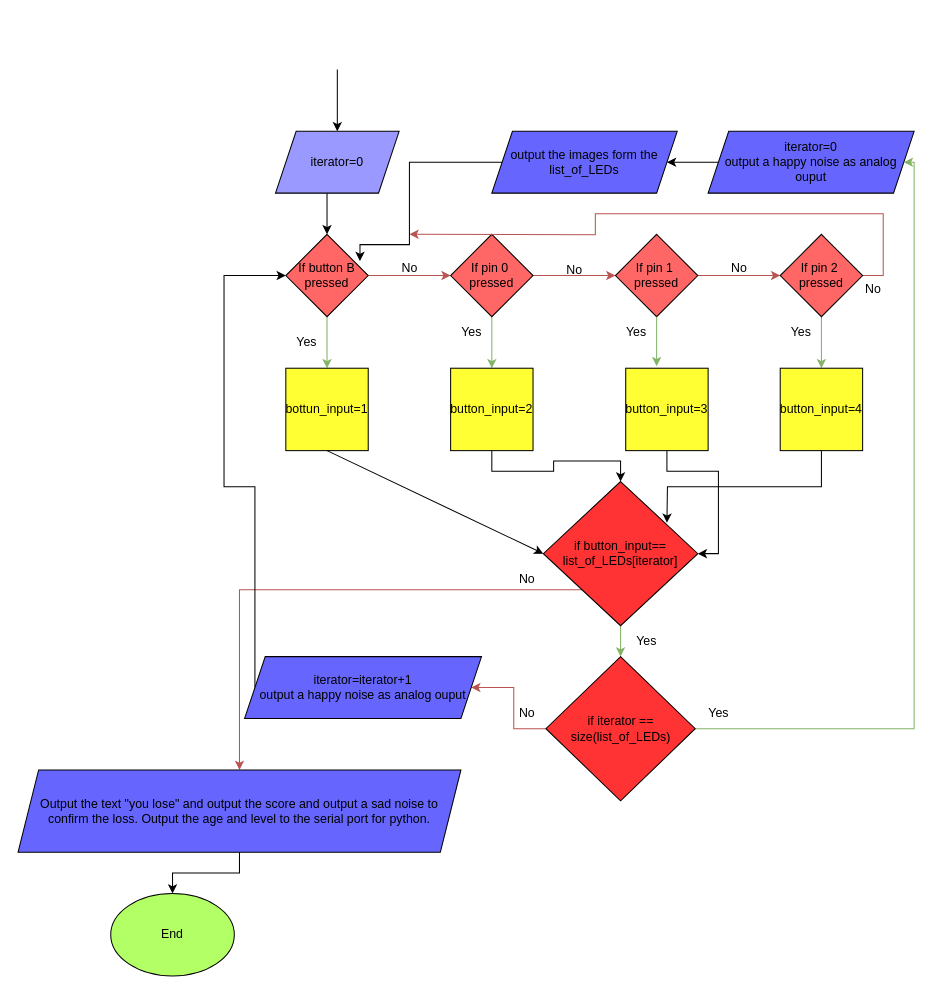
Before: Untitled Diagram.drawio in mcchri/PROJECTLC2024COMPSCI, a draw.io diagram. Source tidied: cells renumbered, new cells numbered last; positions are measured from the earlier drawing's top-left corner, leaving out a move shared by most shapes. Both pictures are drawn from the tidied source at 103%, with x=0, y=0 at pixel (18, 69).
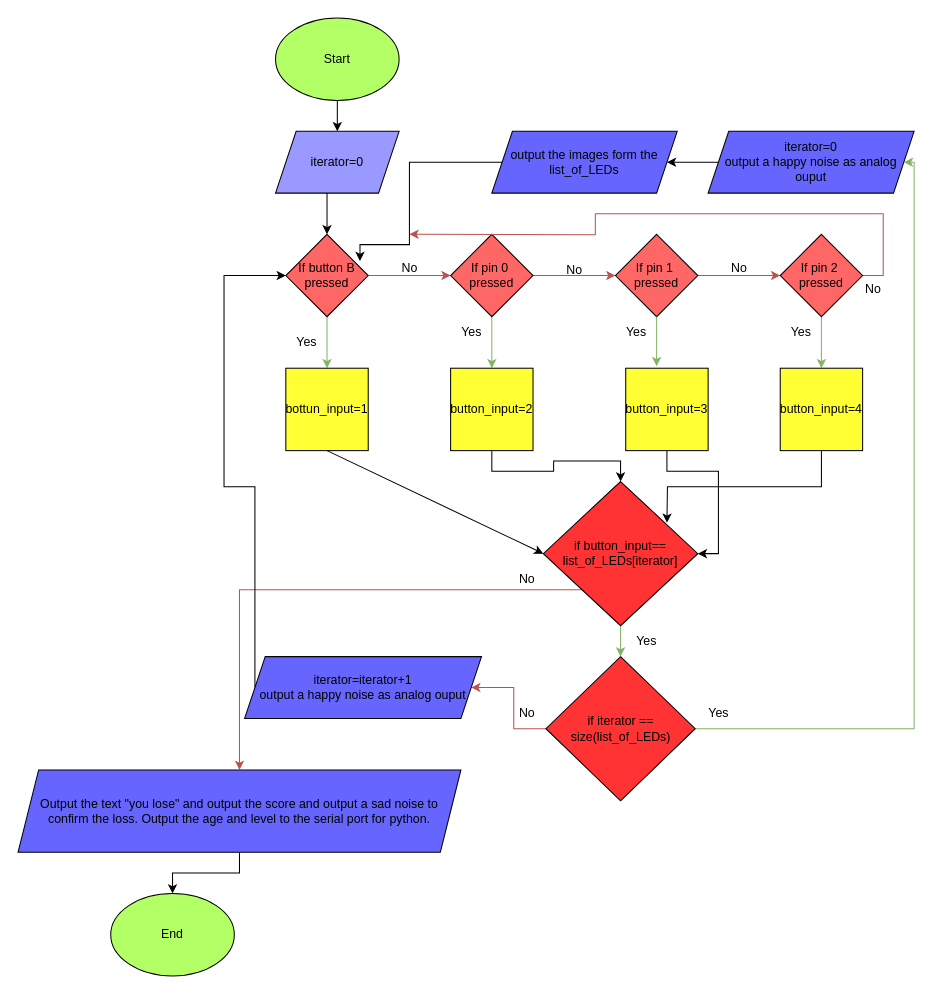
After the change.

Change to the diagram source:
```diff
@@
+    <mxCell id="52" value="Start" style="ellipse;whiteSpace=wrap;html=1;fillColor=#B3FF66;" parent="1" vertex="1">
+      <mxGeometry x="250" y="-50" width="120" height="80" as="geometry" />
+    </mxCell>
```
